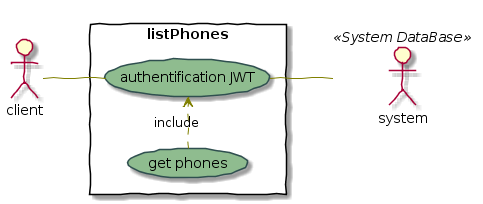
This is docs/Uml/Diagram_use_case/Projet7_diagram_use_case_list_phones.png from siggwer/Bilemo, a PlantUML export, as it was before one commit.
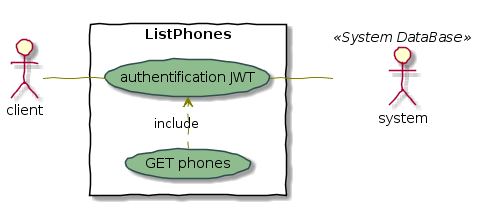
After the commit.

Diff of the diagram source:
```diff
@@ -20,9 +20,9 @@
 skinparam packageStyle rectangle
 actor client
 :system: as MySql << System DataBase >>
-rectangle listPhones {
+rectangle ListPhones {
   client -- (authentification JWT)
-  (get phones) .> (authentification JWT) : include
+  (GET phones) .> (authentification JWT) : include
   (authentification JWT)-- MySql << System DataBase >>
 }
 @enduml
```
